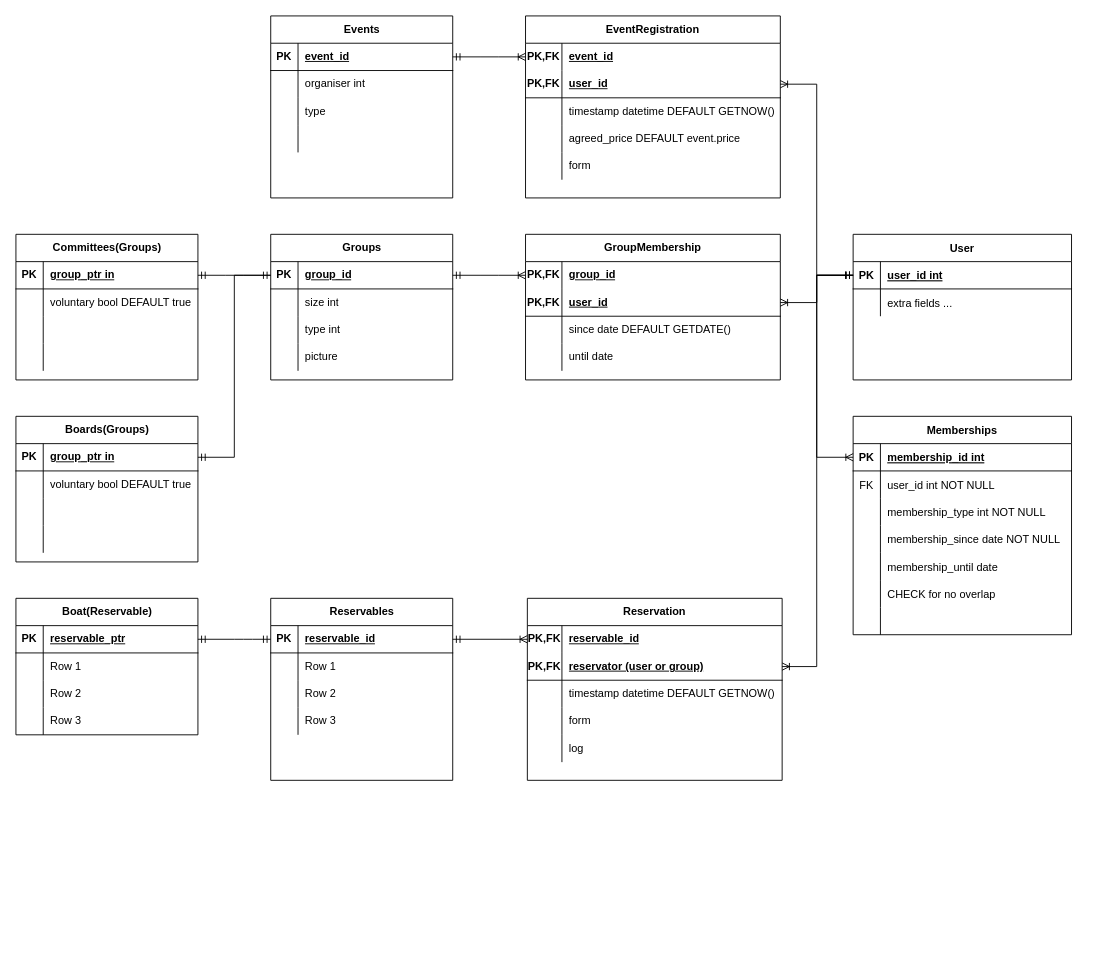
Earlier version of the draw.io diagram docs/Untitled Diagram.drawio (SypTitan/loefsys). Source tidied: cells renumbered, new cells numbered last; positions are measured from the earlier drawing's top-left corner, leaving out a move shared by most shapes. Both pictures are drawn from the tidied source at 91%, with x=0, y=0 at pixel (15, 15).
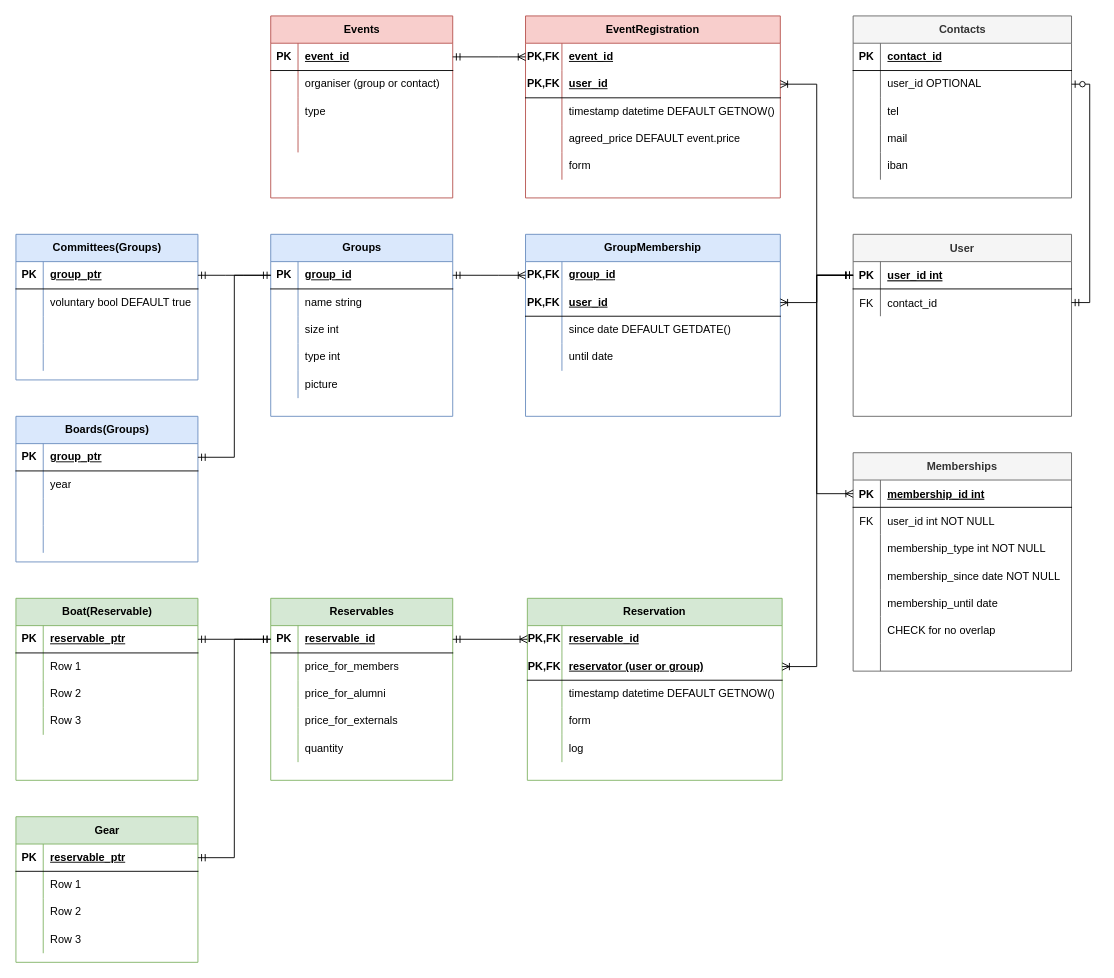
After the change.

Commit message:
ready for today

Unchanged cells that the change refers to:
```xml
<mxCell id="28" style="shape=partialRectangle;fillColor=none;points=[[0,0.5],[1,0.5]];portConstraint=eastwest;top=0;left=0;right=0;bottom=0;" parent="24" vertex="1">
  <mxGeometry y="60" width="240" height="30" as="geometry" />
</mxCell>
<mxCell id="35" style="shape=tableRow;horizontal=0;startSize=0;swimlaneHead=0;swimlaneBody=0;fillColor=none;top=0;left=0;right=0;bottom=0;" parent="31" vertex="1">
  <mxGeometry y="60" width="200" height="30" as="geometry" />
</mxCell>
<mxCell id="45" style="shape=tableRow;horizontal=0;startSize=0;swimlaneHead=0;swimlaneBody=0;fillColor=none;points=[[0,0.5],[1,0.5]];portConstraint=eastwest;top=0;left=0;right=0;bottom=1;" parent="44" vertex="1">
  <mxGeometry y="30" width="200" height="30" as="geometry" />
</mxCell>
<mxCell id="59" style="shape=tableRow;horizontal=0;startSize=0;swimlaneHead=0;swimlaneBody=0;fillColor=none;points=[[0,0.5],[1,0.5]];portConstraint=eastwest;top=0;left=0;right=0;bottom=1;" parent="58" vertex="1">
  <mxGeometry y="30" width="200" height="30" as="geometry" />
</mxCell>
<mxCell id="62" style="shape=tableRow;horizontal=0;startSize=0;swimlaneHead=0;swimlaneBody=0;fillColor=none;top=0;left=0;right=0;bottom=0;" parent="58" vertex="1">
  <mxGeometry y="60" width="200" height="30" as="geometry" />
</mxCell>
<mxCell id="108" style="shape=tableRow;horizontal=0;startSize=0;swimlaneHead=0;swimlaneBody=0;fillColor=none;top=0;left=0;right=0;bottom=0;" parent="104" vertex="1">
  <mxGeometry y="60" width="200" height="30" as="geometry" />
</mxCell>
<mxCell id="119" style="shape=tableRow;horizontal=0;startSize=0;swimlaneHead=0;swimlaneBody=0;fillColor=none;points=[[0,0.5],[1,0.5]];portConstraint=eastwest;top=0;left=0;right=0;bottom=1;" parent="118" vertex="1">
  <mxGeometry y="30" width="200" height="30" as="geometry" />
</mxCell>
<mxCell id="122" style="shape=tableRow;horizontal=0;startSize=0;swimlaneHead=0;swimlaneBody=0;fillColor=none;top=0;left=0;right=0;bottom=0;" parent="118" vertex="1">
  <mxGeometry y="60" width="200" height="30" as="geometry" />
</mxCell>
<mxCell id="125" style="shape=tableRow;horizontal=0;startSize=0;swimlaneHead=0;swimlaneBody=0;fillColor=none;top=0;left=0;right=0;bottom=0;" parent="118" vertex="1">
  <mxGeometry y="90" width="200" height="30" as="geometry" />
</mxCell>
<mxCell id="128" style="shape=tableRow;horizontal=0;startSize=0;swimlaneHead=0;swimlaneBody=0;fillColor=none;top=0;left=0;right=0;bottom=0;" parent="118" vertex="1">
  <mxGeometry y="120" width="200" height="30" as="geometry" />
</mxCell>
```

The edit, as a diff of the source:
```diff
@@
-    <mxCell id="2" value="Memberships" style="shape=table;startSize=30;childLayout=tableLayout;rowLines=0;fontStyle=1;align=center;" parent="1" vertex="1">
-      <mxGeometry x="920" y="440" width="240" height="240" as="geometry" />
+    <mxCell id="2" value="Memberships" style="shape=table;startSize=30;childLayout=tableLayout;rowLines=0;fontStyle=1;align=center;fillColor=#f5f5f5;fontColor=#333333;strokeColor=#666666;" parent="1" vertex="1">
+      <mxGeometry x="920" y="480" width="240" height="240" as="geometry" />
     </mxCell>
@@
-    <mxCell id="24" value="User" style="shape=table;startSize=30;childLayout=tableLayout;rowLines=0;fontStyle=1;align=center;" parent="1" vertex="1">
-      <mxGeometry x="920" y="240" width="240" height="160" as="geometry" />
+    <mxCell id="24" value="User" style="shape=table;startSize=30;childLayout=tableLayout;rowLines=0;fontStyle=1;align=center;fillColor=#f5f5f5;fontColor=#333333;strokeColor=#666666;" parent="1" vertex="1">
+      <mxGeometry x="920" y="240" width="240" height="200" as="geometry" />
     </mxCell>
@@
-    <mxCell id="29" style="shape=partialRectangle;overflow=hidden;fillColor=none;top=0;left=0;bottom=0;right=0;" parent="28" vertex="1">
+    <mxCell id="29" value="FK" style="shape=partialRectangle;overflow=hidden;fillColor=none;top=0;left=0;bottom=0;right=0;" parent="28" vertex="1">
       <mxGeometry width="30" height="30" as="geometry" />
     </mxCell>
-    <mxCell id="30" value="extra fields ..." style="shape=partialRectangle;overflow=hidden;fillColor=none;top=0;left=0;bottom=0;right=0;align=left;spacingLeft=6;" parent="28" vertex="1">
+    <mxCell id="30" value="contact_id" style="shape=partialRectangle;overflow=hidden;fillColor=none;top=0;left=0;bottom=0;right=0;align=left;spacingLeft=6;" parent="28" vertex="1">
       <mxGeometry x="30" width="210" height="30" as="geometry" />
     </mxCell>
-    <mxCell id="31" value="Groups" style="shape=table;startSize=30;childLayout=tableLayout;rowLines=0;fontStyle=1;align=center;html=1;" parent="1" vertex="1">
-      <mxGeometry x="280" y="240" width="200" height="160" as="geometry" />
+    <mxCell id="31" value="Groups" style="shape=table;startSize=30;childLayout=tableLayout;rowLines=0;fontStyle=1;align=center;html=1;fillColor=#dae8fc;strokeColor=#6c8ebf;" parent="1" vertex="1">
+      <mxGeometry x="280" y="240" width="200" height="200" as="geometry" />
     </mxCell>
@@
-    <mxCell id="37" value="size int" style="shape=partialRectangle;fillColor=none;top=0;left=0;bottom=0;right=0;align=left;spacingLeft=6;overflow=hidden;whiteSpace=wrap;html=1;" parent="35" vertex="1">
+    <mxCell id="37" value="name string" style="shape=partialRectangle;fillColor=none;top=0;left=0;bottom=0;right=0;align=left;spacingLeft=6;overflow=hidden;whiteSpace=wrap;html=1;" parent="35" vertex="1">
       <mxGeometry x="30" width="170" height="30" as="geometry" />
     </mxCell>
+    <mxCell id="164" style="shape=tableRow;horizontal=0;startSize=0;swimlaneHead=0;swimlaneBody=0;fillColor=none;top=0;left=0;right=0;bottom=0;" parent="31" vertex="1">
+      <mxGeometry y="90" width="200" height="30" as="geometry" />
+    </mxCell>
+    <mxCell id="165" style="shape=partialRectangle;fillColor=none;top=0;left=0;bottom=0;right=0;overflow=hidden;whiteSpace=wrap;html=1;" parent="164" vertex="1">
+      <mxGeometry width="30" height="30" as="geometry" />
+    </mxCell>
+    <mxCell id="166" value="size int" style="shape=partialRectangle;fillColor=none;top=0;left=0;bottom=0;right=0;align=left;spacingLeft=6;overflow=hidden;whiteSpace=wrap;html=1;" parent="164" vertex="1">
+      <mxGeometry x="30" width="170" height="30" as="geometry" />
+    </mxCell>
     <mxCell id="38" style="shape=tableRow;horizontal=0;startSize=0;swimlaneHead=0;swimlaneBody=0;fillColor=none;top=0;left=0;right=0;bottom=0;" parent="31" vertex="1">
-      <mxGeometry y="90" width="200" height="30" as="geometry" />
+      <mxGeometry y="120" width="200" height="30" as="geometry" />
     </mxCell>
@@
     <mxCell id="41" style="shape=tableRow;horizontal=0;startSize=0;swimlaneHead=0;swimlaneBody=0;fillColor=none;top=0;left=0;right=0;bottom=0;" parent="31" vertex="1">
-      <mxGeometry y="120" width="200" height="30" as="geometry" />
+      <mxGeometry y="150" width="200" height="30" as="geometry" />
     </mxCell>
@@
-    <mxCell id="44" value="Committees(Groups)" style="shape=table;startSize=30;childLayout=tableLayout;rowLines=0;fontStyle=1;align=center;html=1;" parent="1" vertex="1">
+    <mxCell id="44" value="Committees(Groups)" style="shape=table;startSize=30;childLayout=tableLayout;rowLines=0;fontStyle=1;align=center;html=1;fillColor=#dae8fc;strokeColor=#6c8ebf;" parent="1" vertex="1">
       <mxGeometry y="240" width="200" height="160" as="geometry" />
     </mxCell>
@@
-    <mxCell id="47" value="group_ptr in " style="shape=partialRectangle;fillColor=none;top=0;left=0;bottom=0;right=0;align=left;spacingLeft=6;fontStyle=5;overflow=hidden;whiteSpace=wrap;html=1;" parent="45" vertex="1">
+    <mxCell id="47" value="group_ptr " style="shape=partialRectangle;fillColor=none;top=0;left=0;bottom=0;right=0;align=left;spacingLeft=6;fontStyle=5;overflow=hidden;whiteSpace=wrap;html=1;" parent="45" vertex="1">
       <mxGeometry x="30" width="170" height="30" as="geometry" />
     </mxCell>
@@
-    <mxCell id="58" value="Boards(Groups)" style="shape=table;startSize=30;childLayout=tableLayout;rowLines=0;fontStyle=1;align=center;html=1;" parent="1" vertex="1">
+    <mxCell id="58" value="Boards(Groups)" style="shape=table;startSize=30;childLayout=tableLayout;rowLines=0;fontStyle=1;align=center;html=1;fillColor=#dae8fc;strokeColor=#6c8ebf;" parent="1" vertex="1">
       <mxGeometry y="440" width="200" height="160" as="geometry" />
     </mxCell>
@@
-    <mxCell id="61" value="group_ptr in " style="shape=partialRectangle;fillColor=none;top=0;left=0;bottom=0;right=0;align=left;spacingLeft=6;fontStyle=5;overflow=hidden;whiteSpace=wrap;html=1;" parent="59" vertex="1">
+    <mxCell id="61" value="group_ptr " style="shape=partialRectangle;fillColor=none;top=0;left=0;bottom=0;right=0;align=left;spacingLeft=6;fontStyle=5;overflow=hidden;whiteSpace=wrap;html=1;" parent="59" vertex="1">
       <mxGeometry x="30" width="170" height="30" as="geometry" />
     </mxCell>
@@
-    <mxCell id="64" value="voluntary bool DEFAULT true" style="shape=partialRectangle;fillColor=none;top=0;left=0;bottom=0;right=0;align=left;spacingLeft=6;overflow=hidden;whiteSpace=wrap;html=1;" parent="62" vertex="1">
+    <mxCell id="64" value="year" style="shape=partialRectangle;fillColor=none;top=0;left=0;bottom=0;right=0;align=left;spacingLeft=6;overflow=hidden;whiteSpace=wrap;html=1;" parent="62" vertex="1">
       <mxGeometry x="30" width="170" height="30" as="geometry" />
     </mxCell>
@@
-    <mxCell id="72" value="GroupMembership" style="shape=table;startSize=30;childLayout=tableLayout;rowLines=0;fontStyle=1;align=center;html=1;whiteSpace=wrap;" parent="1" vertex="1">
-      <mxGeometry x="560" y="240" width="280" height="160" as="geometry" />
+    <mxCell id="72" value="GroupMembership" style="shape=table;startSize=30;childLayout=tableLayout;rowLines=0;fontStyle=1;align=center;html=1;whiteSpace=wrap;fillColor=#dae8fc;strokeColor=#6c8ebf;" parent="1" vertex="1">
+      <mxGeometry x="560" y="240" width="280" height="200" as="geometry" />
     </mxCell>
@@
-    <mxCell id="87" value="EventRegistration" style="shape=table;startSize=30;childLayout=tableLayout;rowLines=0;fontStyle=1;align=center;html=1;whiteSpace=wrap;" parent="1" vertex="1">
+    <mxCell id="87" value="EventRegistration" style="shape=table;startSize=30;childLayout=tableLayout;rowLines=0;fontStyle=1;align=center;html=1;whiteSpace=wrap;fillColor=#f8cecc;strokeColor=#b85450;" parent="1" vertex="1">
       <mxGeometry x="560" width="280" height="200" as="geometry" />
     </mxCell>
@@
-    <mxCell id="104" value="Events" style="shape=table;startSize=30;childLayout=tableLayout;rowLines=0;fontStyle=1;align=center;html=1;" parent="1" vertex="1">
+    <mxCell id="104" value="Events" style="shape=table;startSize=30;childLayout=tableLayout;rowLines=0;fontStyle=1;align=center;html=1;fillColor=#f8cecc;strokeColor=#b85450;" parent="1" vertex="1">
       <mxGeometry x="280" width="200" height="200" as="geometry" />
     </mxCell>
@@
-    <mxCell id="110" value="organiser  int" style="shape=partialRectangle;fillColor=none;top=0;left=0;bottom=0;right=0;align=left;spacingLeft=6;overflow=hidden;whiteSpace=wrap;html=1;" parent="108" vertex="1">
+    <mxCell id="110" value="organiser (group or contact)" style="shape=partialRectangle;fillColor=none;top=0;left=0;bottom=0;right=0;align=left;spacingLeft=6;overflow=hidden;whiteSpace=wrap;html=1;" parent="108" vertex="1">
       <mxGeometry x="30" width="170" height="30" as="geometry" />
     </mxCell>
@@
-    <mxCell id="118" value="Reservables" style="shape=table;startSize=30;childLayout=tableLayout;rowLines=0;fontStyle=1;align=center;html=1;" parent="1" vertex="1">
+    <mxCell id="118" value="Reservables" style="shape=table;startSize=30;childLayout=tableLayout;rowLines=0;fontStyle=1;align=center;html=1;fillColor=#d5e8d4;strokeColor=#82b366;" parent="1" vertex="1">
       <mxGeometry x="280" y="640" width="200" height="200" as="geometry" />
     </mxCell>
@@
-    <mxCell id="124" value="Row 1" style="shape=partialRectangle;fillColor=none;top=0;left=0;bottom=0;right=0;align=left;spacingLeft=6;overflow=hidden;whiteSpace=wrap;html=1;" parent="122" vertex="1">
+    <mxCell id="124" value="price_for_members" style="shape=partialRectangle;fillColor=none;top=0;left=0;bottom=0;right=0;align=left;spacingLeft=6;overflow=hidden;whiteSpace=wrap;html=1;" parent="122" vertex="1">
       <mxGeometry x="30" width="170" height="30" as="geometry" />
     </mxCell>
@@
-    <mxCell id="127" value="Row 2" style="shape=partialRectangle;fillColor=none;top=0;left=0;bottom=0;right=0;align=left;spacingLeft=6;overflow=hidden;whiteSpace=wrap;html=1;" parent="125" vertex="1">
+    <mxCell id="127" value="price_for_alumni" style="shape=partialRectangle;fillColor=none;top=0;left=0;bottom=0;right=0;align=left;spacingLeft=6;overflow=hidden;whiteSpace=wrap;html=1;" parent="125" vertex="1">
       <mxGeometry x="30" width="170" height="30" as="geometry" />
     </mxCell>
@@
-    <mxCell id="130" value="Row 3" style="shape=partialRectangle;fillColor=none;top=0;left=0;bottom=0;right=0;align=left;spacingLeft=6;overflow=hidden;whiteSpace=wrap;html=1;" parent="128" vertex="1">
+    <mxCell id="130" value="price_for_externals" style="shape=partialRectangle;fillColor=none;top=0;left=0;bottom=0;right=0;align=left;spacingLeft=6;overflow=hidden;whiteSpace=wrap;html=1;" parent="128" vertex="1">
       <mxGeometry x="30" width="170" height="30" as="geometry" />
     </mxCell>
+    <mxCell id="167" style="shape=tableRow;horizontal=0;startSize=0;swimlaneHead=0;swimlaneBody=0;fillColor=none;top=0;left=0;right=0;bottom=0;" parent="118" vertex="1">
+      <mxGeometry y="150" width="200" height="30" as="geometry" />
+    </mxCell>
+    <mxCell id="168" style="shape=partialRectangle;fillColor=none;top=0;left=0;bottom=0;right=0;overflow=hidden;whiteSpace=wrap;html=1;" parent="167" vertex="1">
+      <mxGeometry width="30" height="30" as="geometry" />
+    </mxCell>
+    <mxCell id="169" value="quantity" style="shape=partialRectangle;fillColor=none;top=0;left=0;bottom=0;right=0;align=left;spacingLeft=6;overflow=hidden;whiteSpace=wrap;html=1;" parent="167" vertex="1">
+      <mxGeometry x="30" width="170" height="30" as="geometry" />
+    </mxCell>
-    <mxCell id="131" value="Reservation" style="shape=table;startSize=30;childLayout=tableLayout;rowLines=0;fontStyle=1;align=center;html=1;whiteSpace=wrap;" parent="1" vertex="1">
+    <mxCell id="131" value="Reservation" style="shape=table;startSize=30;childLayout=tableLayout;rowLines=0;fontStyle=1;align=center;html=1;whiteSpace=wrap;fillColor=#d5e8d4;strokeColor=#82b366;" parent="1" vertex="1">
       <mxGeometry x="562" y="640" width="280" height="200" as="geometry" />
     </mxCell>
@@
-    <mxCell id="150" value="Boat(Reservable)" style="shape=table;startSize=30;childLayout=tableLayout;rowLines=0;fontStyle=1;align=center;html=1;" parent="1" vertex="1">
-      <mxGeometry y="640" width="200" height="150" as="geometry" />
+    <mxCell id="150" value="Boat(Reservable)" style="shape=table;startSize=30;childLayout=tableLayout;rowLines=0;fontStyle=1;align=center;html=1;fillColor=#d5e8d4;strokeColor=#82b366;" parent="1" vertex="1">
+      <mxGeometry y="640" width="200" height="200" as="geometry" />
     </mxCell>
@@
+    <mxCell id="170" value="Gear" style="shape=table;startSize=30;childLayout=tableLayout;rowLines=0;fontStyle=1;align=center;html=1;fillColor=#d5e8d4;strokeColor=#82b366;" parent="1" vertex="1">
+      <mxGeometry y="880" width="200" height="160" as="geometry" />
+    </mxCell>
+    <mxCell id="171" style="shape=tableRow;horizontal=0;startSize=0;swimlaneHead=0;swimlaneBody=0;fillColor=none;points=[[0,0.5],[1,0.5]];portConstraint=eastwest;top=0;left=0;right=0;bottom=1;" parent="170" vertex="1">
+      <mxGeometry y="30" width="200" height="30" as="geometry" />
+    </mxCell>
+    <mxCell id="172" value="PK" style="shape=partialRectangle;fillColor=none;top=0;left=0;bottom=0;right=0;fontStyle=1;overflow=hidden;whiteSpace=wrap;html=1;" parent="171" vertex="1">
+      <mxGeometry width="30" height="30" as="geometry" />
+    </mxCell>
+    <mxCell id="173" value="reservable_ptr" style="shape=partialRectangle;fillColor=none;top=0;left=0;bottom=0;right=0;align=left;spacingLeft=6;fontStyle=5;overflow=hidden;whiteSpace=wrap;html=1;" parent="171" vertex="1">
+      <mxGeometry x="30" width="170" height="30" as="geometry" />
+    </mxCell>
+    <mxCell id="174" style="shape=tableRow;horizontal=0;startSize=0;swimlaneHead=0;swimlaneBody=0;fillColor=none;top=0;left=0;right=0;bottom=0;" parent="170" vertex="1">
+      <mxGeometry y="60" width="200" height="30" as="geometry" />
+    </mxCell>
+    <mxCell id="175" style="shape=partialRectangle;fillColor=none;top=0;left=0;bottom=0;right=0;overflow=hidden;whiteSpace=wrap;html=1;" parent="174" vertex="1">
+      <mxGeometry width="30" height="30" as="geometry" />
+    </mxCell>
+    <mxCell id="176" value="Row 1" style="shape=partialRectangle;fillColor=none;top=0;left=0;bottom=0;right=0;align=left;spacingLeft=6;overflow=hidden;whiteSpace=wrap;html=1;" parent="174" vertex="1">
+      <mxGeometry x="30" width="170" height="30" as="geometry" />
+    </mxCell>
+    <mxCell id="177" style="shape=tableRow;horizontal=0;startSize=0;swimlaneHead=0;swimlaneBody=0;fillColor=none;top=0;left=0;right=0;bottom=0;" parent="170" vertex="1">
+      <mxGeometry y="90" width="200" height="30" as="geometry" />
+    </mxCell>
+    <mxCell id="178" style="shape=partialRectangle;fillColor=none;top=0;left=0;bottom=0;right=0;overflow=hidden;whiteSpace=wrap;html=1;" parent="177" vertex="1">
+      <mxGeometry width="30" height="30" as="geometry" />
+    </mxCell>
+    <mxCell id="179" value="Row 2" style="shape=partialRectangle;fillColor=none;top=0;left=0;bottom=0;right=0;align=left;spacingLeft=6;overflow=hidden;whiteSpace=wrap;html=1;" parent="177" vertex="1">
+      <mxGeometry x="30" width="170" height="30" as="geometry" />
+    </mxCell>
+    <mxCell id="180" style="shape=tableRow;horizontal=0;startSize=0;swimlaneHead=0;swimlaneBody=0;fillColor=none;top=0;left=0;right=0;bottom=0;" parent="170" vertex="1">
+      <mxGeometry y="120" width="200" height="30" as="geometry" />
+    </mxCell>
+    <mxCell id="181" style="shape=partialRectangle;fillColor=none;top=0;left=0;bottom=0;right=0;overflow=hidden;whiteSpace=wrap;html=1;" parent="180" vertex="1">
+      <mxGeometry width="30" height="30" as="geometry" />
+    </mxCell>
+    <mxCell id="182" value="Row 3" style="shape=partialRectangle;fillColor=none;top=0;left=0;bottom=0;right=0;align=left;spacingLeft=6;overflow=hidden;whiteSpace=wrap;html=1;" parent="180" vertex="1">
+      <mxGeometry x="30" width="170" height="30" as="geometry" />
+    </mxCell>
+    <mxCell id="183" style="edgeStyle=elbowEdgeStyle;fontSize=12;html=1;endArrow=ERmandOne;startArrow=ERmandOne;rounded=0;exitX=1;exitY=0.5;exitDx=0;exitDy=0;entryX=0;entryY=0.5;entryDx=0;entryDy=0;curved=0;" parent="1" edge="1" source="171" target="119">
+      <mxGeometry relative="1" as="geometry" />
+    </mxCell>
+    <mxCell id="184" value="Contacts" style="shape=table;startSize=30;childLayout=tableLayout;rowLines=0;fontStyle=1;align=center;html=1;fillColor=#f5f5f5;fontColor=#333333;strokeColor=#666666;" parent="1" vertex="1">
+      <mxGeometry x="920" width="240" height="200" as="geometry" />
+    </mxCell>
+    <mxCell id="185" style="shape=tableRow;horizontal=0;startSize=0;swimlaneHead=0;swimlaneBody=0;fillColor=none;top=0;left=0;right=0;bottom=1;" parent="184" vertex="1">
+      <mxGeometry y="30" width="240" height="30" as="geometry" />
+    </mxCell>
+    <mxCell id="186" value="PK" style="shape=partialRectangle;fillColor=none;top=0;left=0;bottom=0;right=0;fontStyle=1;overflow=hidden;whiteSpace=wrap;html=1;" parent="185" vertex="1">
+      <mxGeometry width="30" height="30" as="geometry" />
+    </mxCell>
+    <mxCell id="187" value="contact_id" style="shape=partialRectangle;fillColor=none;top=0;left=0;bottom=0;right=0;align=left;spacingLeft=6;fontStyle=5;overflow=hidden;whiteSpace=wrap;html=1;" parent="185" vertex="1">
+      <mxGeometry x="30" width="210" height="30" as="geometry" />
+    </mxCell>
+    <mxCell id="188" style="shape=tableRow;horizontal=0;startSize=0;swimlaneHead=0;swimlaneBody=0;fillColor=none;points=[[0,0.5],[1,0.5]];portConstraint=eastwest;top=0;left=0;right=0;bottom=0;" parent="184" vertex="1">
+      <mxGeometry y="60" width="240" height="30" as="geometry" />
+    </mxCell>
+    <mxCell id="189" style="shape=partialRectangle;fillColor=none;top=0;left=0;bottom=0;right=0;overflow=hidden;whiteSpace=wrap;html=1;" parent="188" vertex="1">
+      <mxGeometry width="30" height="30" as="geometry" />
+    </mxCell>
+    <mxCell id="190" value="user_id OPTIONAL" style="shape=partialRectangle;fillColor=none;top=0;left=0;bottom=0;right=0;align=left;spacingLeft=6;overflow=hidden;whiteSpace=wrap;html=1;" parent="188" vertex="1">
+      <mxGeometry x="30" width="210" height="30" as="geometry" />
+    </mxCell>
+    <mxCell id="191" style="shape=tableRow;horizontal=0;startSize=0;swimlaneHead=0;swimlaneBody=0;fillColor=none;top=0;left=0;right=0;bottom=0;" parent="184" vertex="1">
+      <mxGeometry y="90" width="240" height="30" as="geometry" />
+    </mxCell>
+    <mxCell id="192" style="shape=partialRectangle;fillColor=none;top=0;left=0;bottom=0;right=0;overflow=hidden;whiteSpace=wrap;html=1;" parent="191" vertex="1">
+      <mxGeometry width="30" height="30" as="geometry" />
+    </mxCell>
+    <mxCell id="193" value="tel" style="shape=partialRectangle;fillColor=none;top=0;left=0;bottom=0;right=0;align=left;spacingLeft=6;overflow=hidden;whiteSpace=wrap;html=1;" parent="191" vertex="1">
+      <mxGeometry x="30" width="210" height="30" as="geometry" />
+    </mxCell>
+    <mxCell id="194" style="shape=tableRow;horizontal=0;startSize=0;swimlaneHead=0;swimlaneBody=0;fillColor=none;top=0;left=0;right=0;bottom=0;" parent="184" vertex="1">
+      <mxGeometry y="120" width="240" height="30" as="geometry" />
+    </mxCell>
+    <mxCell id="195" style="shape=partialRectangle;fillColor=none;top=0;left=0;bottom=0;right=0;overflow=hidden;whiteSpace=wrap;html=1;" parent="194" vertex="1">
+      <mxGeometry width="30" height="30" as="geometry" />
+    </mxCell>
+    <mxCell id="196" value="mail" style="shape=partialRectangle;fillColor=none;top=0;left=0;bottom=0;right=0;align=left;spacingLeft=6;overflow=hidden;whiteSpace=wrap;html=1;" parent="194" vertex="1">
+      <mxGeometry x="30" width="210" height="30" as="geometry" />
+    </mxCell>
+    <mxCell id="197" style="shape=tableRow;horizontal=0;startSize=0;swimlaneHead=0;swimlaneBody=0;fillColor=none;top=0;left=0;right=0;bottom=0;" parent="184" vertex="1">
+      <mxGeometry y="150" width="240" height="30" as="geometry" />
+    </mxCell>
+    <mxCell id="198" style="shape=partialRectangle;fillColor=none;top=0;left=0;bottom=0;right=0;overflow=hidden;whiteSpace=wrap;html=1;" parent="197" vertex="1">
+      <mxGeometry width="30" height="30" as="geometry" />
+    </mxCell>
+    <mxCell id="199" value="iban" style="shape=partialRectangle;fillColor=none;top=0;left=0;bottom=0;right=0;align=left;spacingLeft=6;overflow=hidden;whiteSpace=wrap;html=1;" parent="197" vertex="1">
+      <mxGeometry x="30" width="210" height="30" as="geometry" />
+    </mxCell>
+    <mxCell id="200" style="edgeStyle=elbowEdgeStyle;fontSize=12;html=1;endArrow=ERzeroToOne;startArrow=ERmandOne;rounded=0;entryX=1;entryY=0.5;entryDx=0;entryDy=0;exitX=1;exitY=0.5;exitDx=0;exitDy=0;" parent="1" edge="1" source="28" target="188">
+      <mxGeometry relative="1" as="geometry">
+        <Array as="points">
+          <mxPoint x="1180" y="200" />
+        </Array>
+      </mxGeometry>
+    </mxCell>
```
